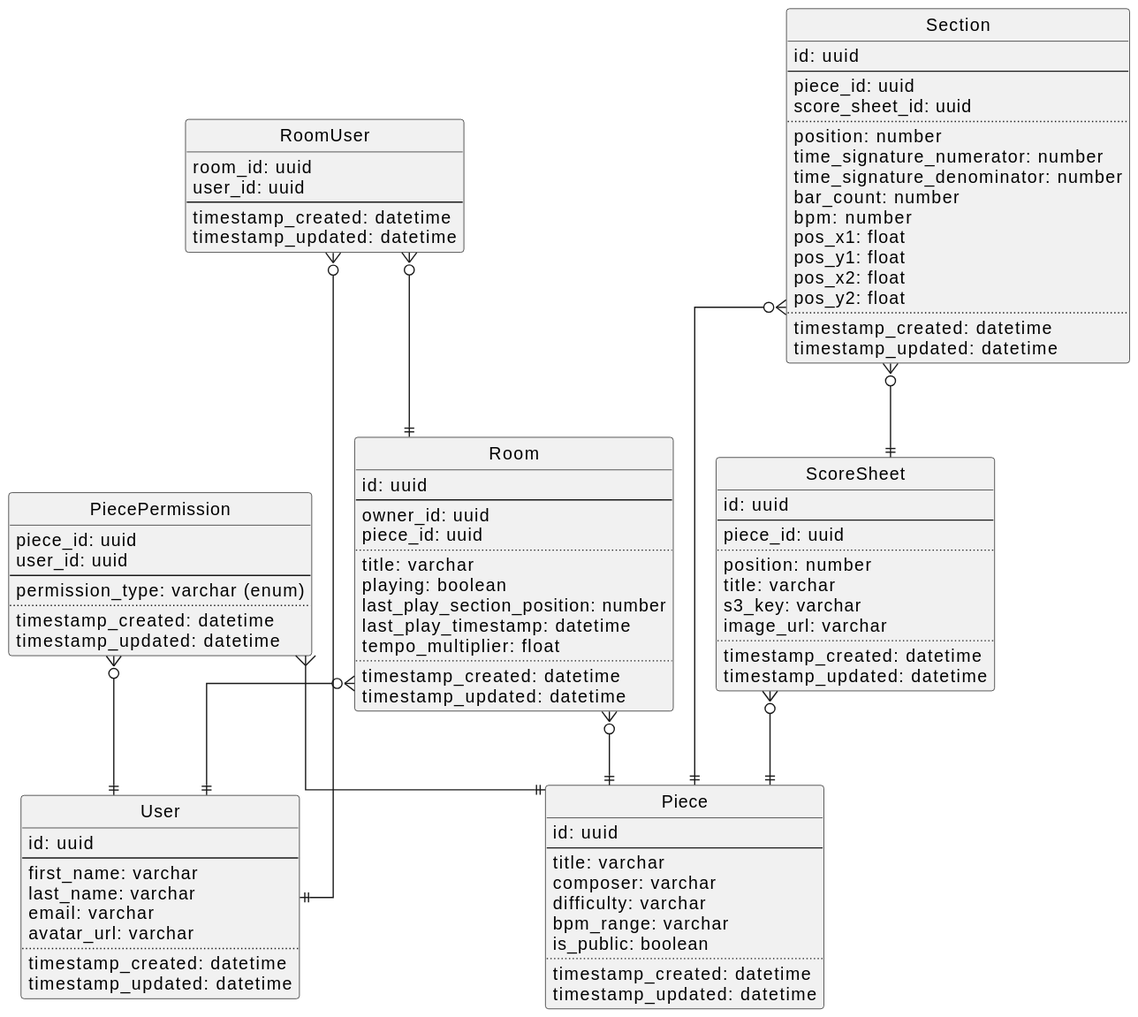
Before: docs/assets/diagrams/database-diagram.svg, a diagram exported from PlantUML (rafaelurben/sheetmusic-learner).
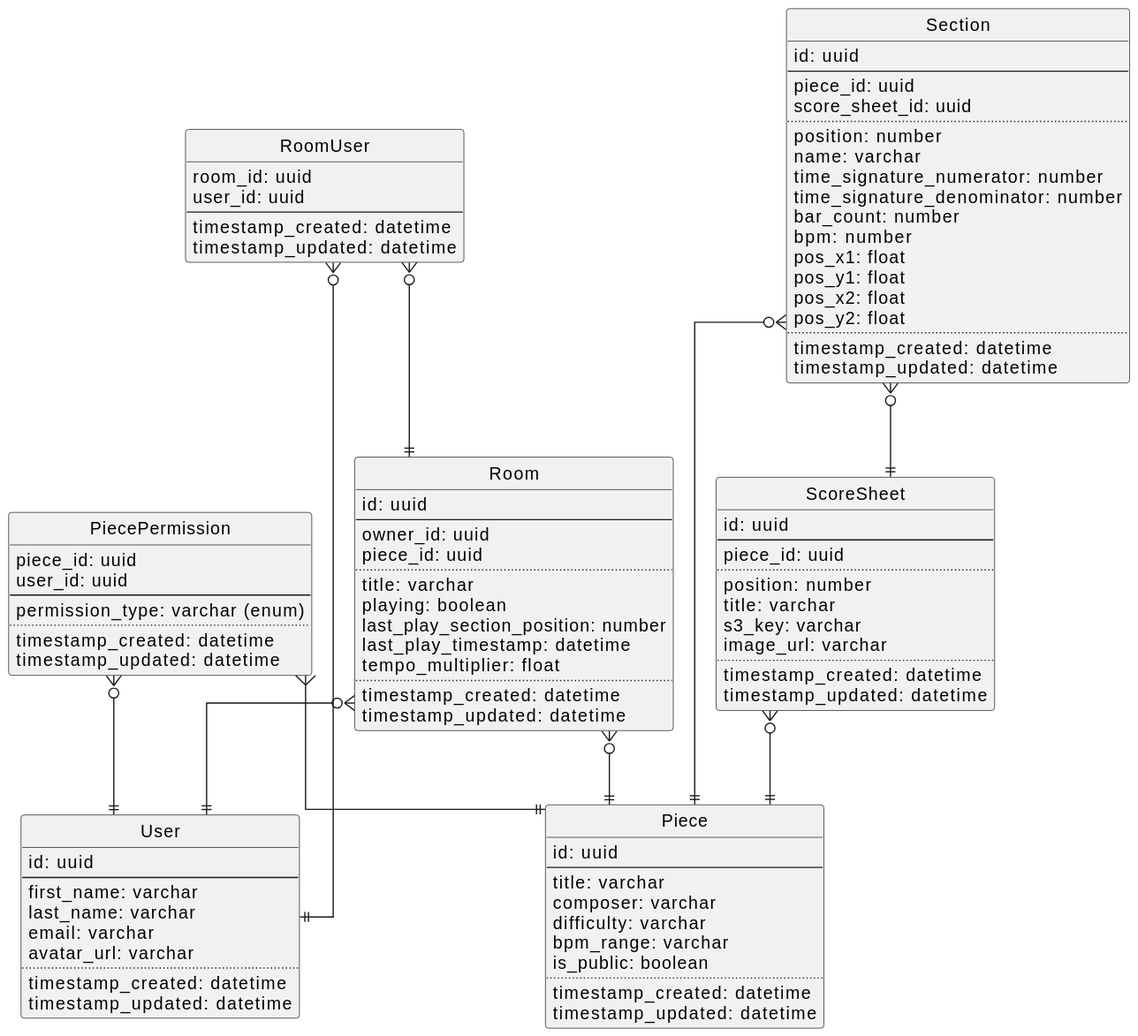
After the change.

What changed in the source:
```diff
@@ -49,6 +49,7 @@
   score_sheet_id: uuid
   ..
   position: number
+  name: varchar
   time_signature_numerator: number
   time_signature_denominator: number
   bar_count: number
```
